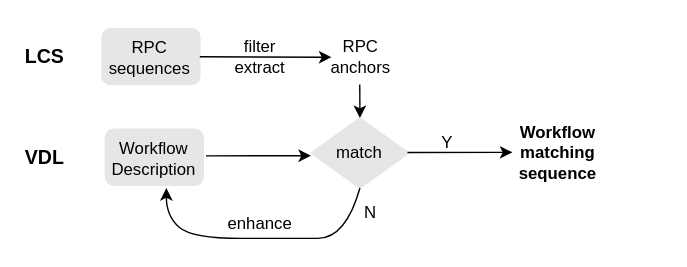
Earlier version of the draw.io export img/workflow-correlation.svg (cloudvista/vaa). Source tidied: cells renumbered, new cells last; positions are measured from the earlier drawing's top-left corner, leaving out a move shared by most shapes. Its diagram source:
```xml
<mxGraphModel>
  <root>
    <mxCell id="0" />
    <mxCell id="1" parent="0" />
    <mxCell id="2" style="rounded=1;whiteSpace=wrap;html=1;strokeColor=none;" parent="1" vertex="1">
      <mxGeometry width="490" height="190" as="geometry" />
    </mxCell>
    <mxCell id="3" style="rounded=1;whiteSpace=wrap;html=1;strokeColor=#E6E6E6;fillColor=#E6E6E6;" parent="1" vertex="1">
      <mxGeometry x="74.7" y="92" width="70" height="40" as="geometry" />
    </mxCell>
    <mxCell id="4" style="rounded=1;whiteSpace=wrap;html=1;strokeColor=#E6E6E6;fillColor=#E6E6E6;" parent="1" vertex="1">
      <mxGeometry x="72.2" y="20" width="70" height="40" as="geometry" />
    </mxCell>
    <mxCell id="5" value="&lt;br&gt;Workflow&lt;br&gt;Description&amp;nbsp;" style="text;strokeColor=none;align=center;fillColor=none;html=1;verticalAlign=middle;whiteSpace=wrap;rounded=0;" parent="1" vertex="1">
      <mxGeometry x="88.2" y="95.6" width="43" height="20.9" as="geometry" />
    </mxCell>
    <mxCell id="6" value="&lt;b&gt;Workflow matching&amp;nbsp;&lt;br&gt;sequence&lt;/b&gt;" style="text;strokeColor=none;align=center;fillColor=none;html=1;verticalAlign=middle;whiteSpace=wrap;rounded=0;" parent="1" vertex="1">
      <mxGeometry x="377.3" y="98.6" width="43" height="20.9" as="geometry" />
    </mxCell>
    <mxCell id="7" style="rhombus;whiteSpace=wrap;html=1;strokeColor=#E6E6E6;fillColor=#E6E6E6;" parent="1" vertex="1">
      <mxGeometry x="221.7" y="84" width="70" height="50" as="geometry" />
    </mxCell>
    <mxCell id="8" value="match" style="text;strokeColor=none;align=center;fillColor=none;html=1;verticalAlign=middle;whiteSpace=wrap;rounded=0;" parent="1" vertex="1">
      <mxGeometry x="235.2" y="98.6" width="43" height="20.9" as="geometry" />
    </mxCell>
    <mxCell id="9" style="edgeStyle=none;html=1;entryX=0;entryY=0.5;entryDx=0;entryDy=0;" parent="1" edge="1">
      <mxGeometry relative="1" as="geometry">
        <mxPoint x="146.6" y="111" as="sourcePoint" />
        <mxPoint x="221.8" y="110.9" as="targetPoint" />
      </mxGeometry>
    </mxCell>
    <mxCell id="10" style="edgeStyle=none;html=1;entryX=0.5;entryY=0;entryDx=0;entryDy=0;" parent="1" edge="1" target="7">
      <mxGeometry relative="1" as="geometry">
        <mxPoint x="256.6" y="60" as="sourcePoint" />
      </mxGeometry>
    </mxCell>
    <mxCell id="11" style="edgeStyle=none;html=1;entryX=0;entryY=0.5;entryDx=0;entryDy=0;" parent="1" edge="1">
      <mxGeometry relative="1" as="geometry">
        <mxPoint x="290.8" y="108.6" as="sourcePoint" />
        <mxPoint x="365.9" y="108.5" as="targetPoint" />
      </mxGeometry>
    </mxCell>
    <mxCell id="12" value="Y" style="text;strokeColor=none;align=center;fillColor=none;html=1;verticalAlign=middle;whiteSpace=wrap;rounded=0;" parent="1" vertex="1">
      <mxGeometry x="297.8" y="92" width="43" height="20.9" as="geometry" />
    </mxCell>
    <mxCell id="13" value="RPC sequences" style="text;strokeColor=none;align=center;fillColor=none;html=1;verticalAlign=middle;whiteSpace=wrap;rounded=0;" parent="1" vertex="1">
      <mxGeometry x="85.2" y="31" width="43" height="20.9" as="geometry" />
    </mxCell>
    <mxCell id="14" value="filter&lt;br&gt;extract" style="text;strokeColor=none;align=center;fillColor=none;html=1;verticalAlign=middle;whiteSpace=wrap;rounded=0;" parent="1" vertex="1">
      <mxGeometry x="164.1" y="30" width="43" height="20.9" as="geometry" />
    </mxCell>
    <mxCell id="15" value="RPC anchors" style="text;strokeColor=none;align=center;fillColor=none;html=1;verticalAlign=middle;whiteSpace=wrap;rounded=0;" parent="1" vertex="1">
      <mxGeometry x="236.4" y="30" width="43" height="20.9" as="geometry" />
    </mxCell>
    <mxCell id="16" style="edgeStyle=none;html=1;entryX=0;entryY=0.5;entryDx=0;entryDy=0;startArrow=none;" parent="1" edge="1" target="15">
      <mxGeometry relative="1" as="geometry">
        <mxPoint x="142.2" y="40.1" as="sourcePoint" />
      </mxGeometry>
    </mxCell>
    <mxCell id="17" value="enhance" style="text;strokeColor=none;align=center;fillColor=none;html=1;verticalAlign=middle;whiteSpace=wrap;rounded=0;" parent="1" vertex="1">
      <mxGeometry x="164.1" y="150" width="43" height="20.9" as="geometry" />
    </mxCell>
    <mxCell id="18" style="curved=1;endArrow=classic;html=1;exitX=0.5;exitY=1;exitDx=0;exitDy=0;" parent="1" edge="1" source="7">
      <mxGeometry relative="1" as="geometry">
        <mxPoint x="118.3" y="134" as="targetPoint" />
        <Array as="points">
          <mxPoint x="246.6" y="170" />
          <mxPoint x="206.6" y="170" />
          <mxPoint x="136.6" y="170" />
          <mxPoint x="118.3" y="154" />
        </Array>
      </mxGeometry>
    </mxCell>
    <mxCell id="19" value="N" style="text;strokeColor=none;align=center;fillColor=none;html=1;verticalAlign=middle;whiteSpace=wrap;rounded=0;" parent="1" vertex="1">
      <mxGeometry x="242.6" y="141.1" width="43" height="20.9" as="geometry" />
    </mxCell>
    <mxCell id="20" value="&lt;b&gt;&lt;font style=&quot;font-size: 14px;&quot;&gt;LCS&lt;/font&gt;&lt;/b&gt;" style="text;strokeColor=none;align=center;fillColor=none;html=1;verticalAlign=middle;whiteSpace=wrap;rounded=0;" parent="1" vertex="1">
      <mxGeometry x="10" y="29.6" width="43" height="20.9" as="geometry" />
    </mxCell>
    <mxCell id="21" value="&lt;b&gt;&lt;font style=&quot;font-size: 14px;&quot;&gt;VDL&lt;/font&gt;&lt;/b&gt;" style="text;strokeColor=none;align=center;fillColor=none;html=1;verticalAlign=middle;whiteSpace=wrap;rounded=0;" parent="1" vertex="1">
      <mxGeometry x="10" y="101.6" width="43" height="20.9" as="geometry" />
    </mxCell>
  </root>
</mxGraphModel>
```
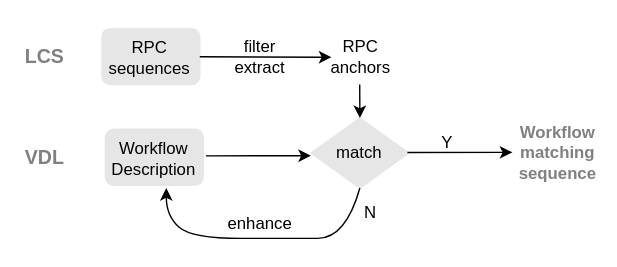
After the change.

The edit, as a diff of the source:
```diff
@@ -3,7 +3,7 @@
     <mxCell id="0" />
     <mxCell id="1" parent="0" />
     <mxCell id="2" style="rounded=1;whiteSpace=wrap;html=1;strokeColor=none;" parent="1" vertex="1">
-      <mxGeometry width="490" height="190" as="geometry" />
+      <mxGeometry width="440" height="190" as="geometry" />
     </mxCell>
     <mxCell id="3" style="rounded=1;whiteSpace=wrap;html=1;strokeColor=#E6E6E6;fillColor=#E6E6E6;" parent="1" vertex="1">
       <mxGeometry x="74.7" y="92" width="70" height="40" as="geometry" />
@@ -14,7 +14,7 @@
     <mxCell id="5" value="&lt;br&gt;Workflow&lt;br&gt;Description&amp;nbsp;" style="text;strokeColor=none;align=center;fillColor=none;html=1;verticalAlign=middle;whiteSpace=wrap;rounded=0;" parent="1" vertex="1">
       <mxGeometry x="88.2" y="95.6" width="43" height="20.9" as="geometry" />
     </mxCell>
-    <mxCell id="6" value="&lt;b&gt;Workflow matching&amp;nbsp;&lt;br&gt;sequence&lt;/b&gt;" style="text;strokeColor=none;align=center;fillColor=none;html=1;verticalAlign=middle;whiteSpace=wrap;rounded=0;" parent="1" vertex="1">
+    <mxCell id="6" value="&lt;b&gt;Workflow matching&amp;nbsp;&lt;br&gt;sequence&lt;/b&gt;" style="text;strokeColor=none;align=center;fillColor=none;html=1;verticalAlign=middle;whiteSpace=wrap;rounded=0;fontColor=#808080;" parent="1" vertex="1">
       <mxGeometry x="377.3" y="98.6" width="43" height="20.9" as="geometry" />
     </mxCell>
     <mxCell id="7" style="rhombus;whiteSpace=wrap;html=1;strokeColor=#E6E6E6;fillColor=#E6E6E6;" parent="1" vertex="1">
@@ -74,10 +74,10 @@
     <mxCell id="19" value="N" style="text;strokeColor=none;align=center;fillColor=none;html=1;verticalAlign=middle;whiteSpace=wrap;rounded=0;" parent="1" vertex="1">
       <mxGeometry x="242.6" y="141.1" width="43" height="20.9" as="geometry" />
     </mxCell>
-    <mxCell id="20" value="&lt;b&gt;&lt;font style=&quot;font-size: 14px;&quot;&gt;LCS&lt;/font&gt;&lt;/b&gt;" style="text;strokeColor=none;align=center;fillColor=none;html=1;verticalAlign=middle;whiteSpace=wrap;rounded=0;" parent="1" vertex="1">
+    <mxCell id="20" value="&lt;b&gt;&lt;font style=&quot;font-size: 14px;&quot;&gt;LCS&lt;/font&gt;&lt;/b&gt;" style="text;strokeColor=none;align=center;fillColor=none;html=1;verticalAlign=middle;whiteSpace=wrap;rounded=0;fontColor=#808080;" parent="1" vertex="1">
       <mxGeometry x="10" y="29.6" width="43" height="20.9" as="geometry" />
     </mxCell>
-    <mxCell id="21" value="&lt;b&gt;&lt;font style=&quot;font-size: 14px;&quot;&gt;VDL&lt;/font&gt;&lt;/b&gt;" style="text;strokeColor=none;align=center;fillColor=none;html=1;verticalAlign=middle;whiteSpace=wrap;rounded=0;" parent="1" vertex="1">
+    <mxCell id="21" value="&lt;b&gt;&lt;font style=&quot;font-size: 14px;&quot;&gt;VDL&lt;/font&gt;&lt;/b&gt;" style="text;strokeColor=none;align=center;fillColor=none;html=1;verticalAlign=middle;whiteSpace=wrap;rounded=0;fontColor=#808080;" parent="1" vertex="1">
       <mxGeometry x="10" y="101.6" width="43" height="20.9" as="geometry" />
     </mxCell>
   </root>
```
